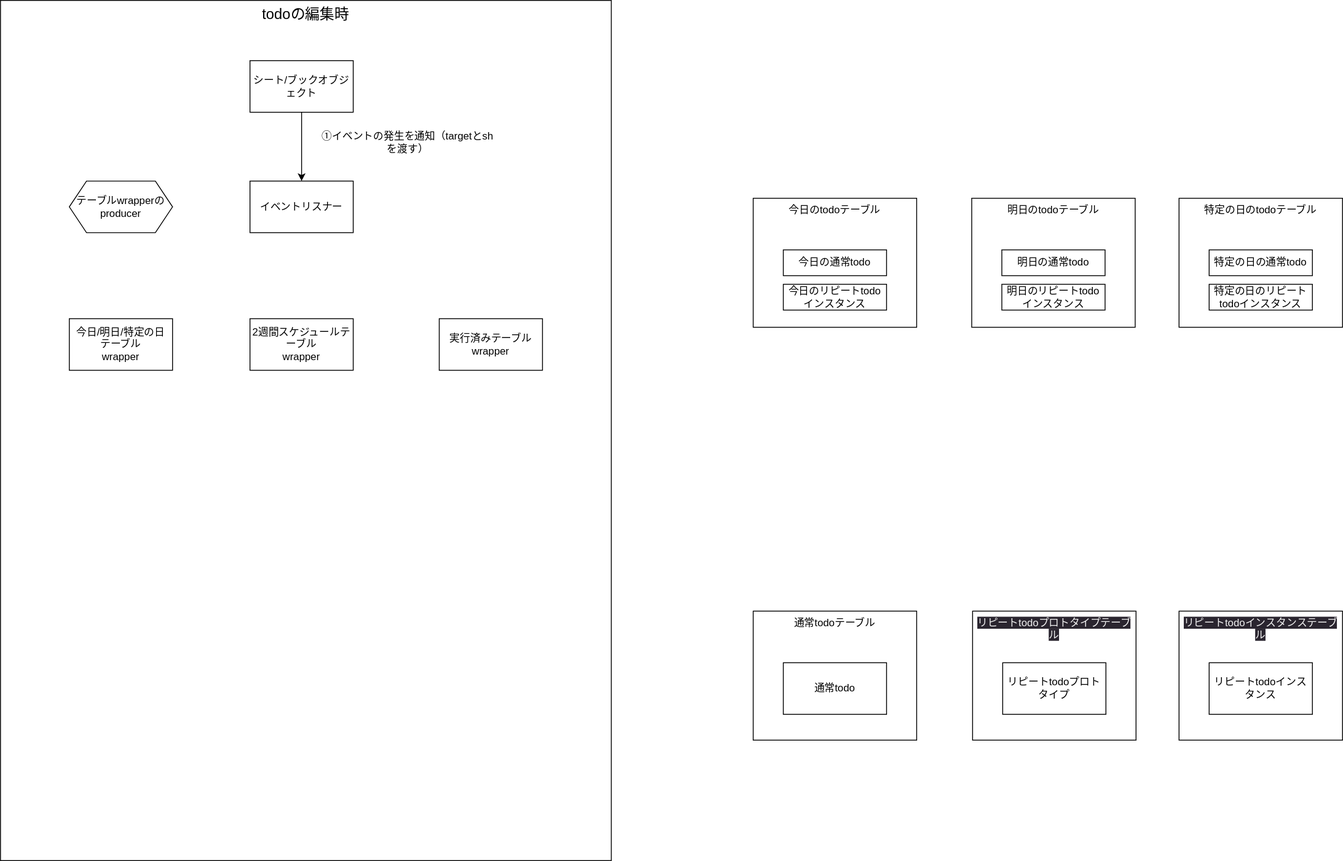
Earlier version of the draw.io export 設計/003_002_ERChart_Physical.drawio.svg (soma-desu/myToDoSystem-VBA). Source tidied: cells renumbered, new cells last; positions are measured from the earlier drawing's top-left corner, leaving out a move shared by most shapes.
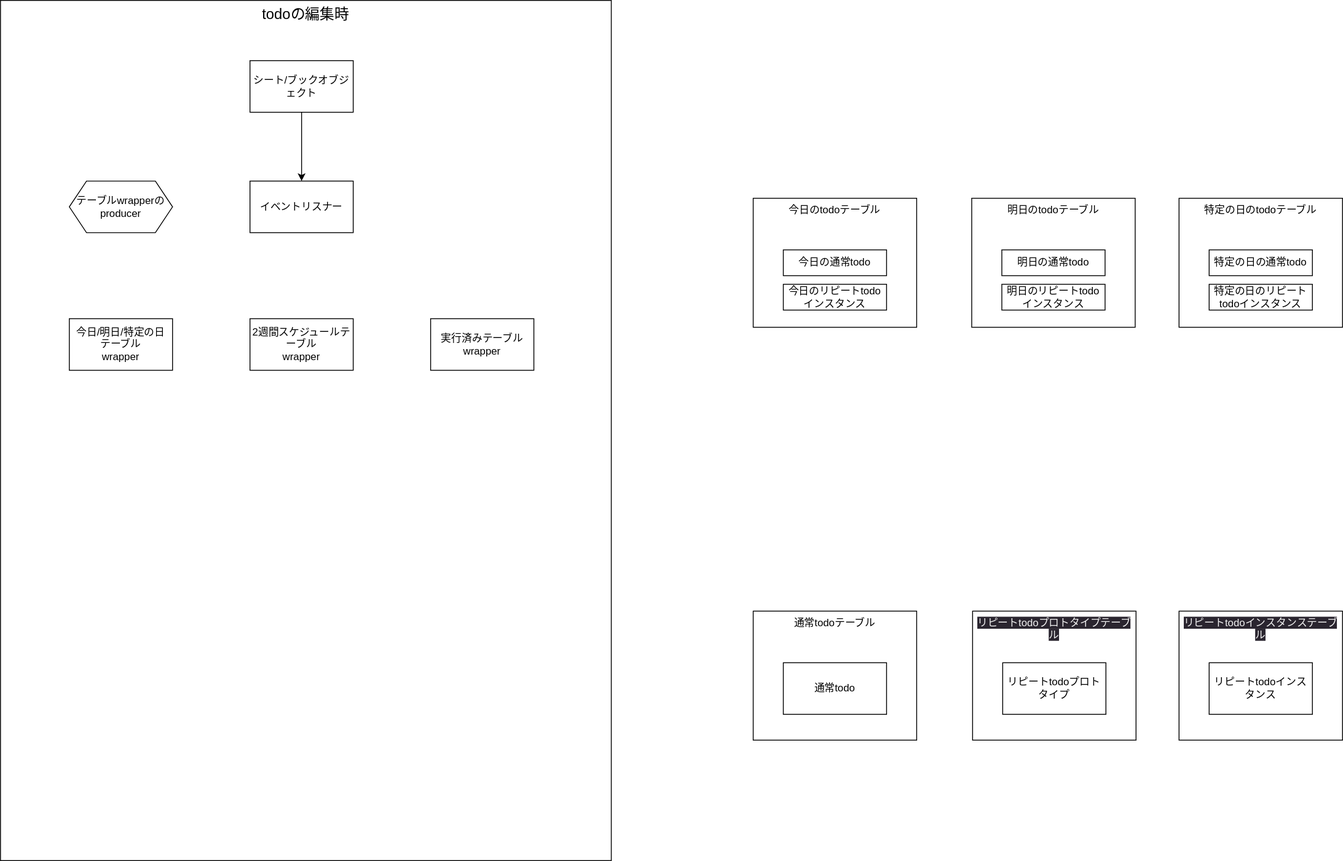
After the change.

What changed in the source:
```diff
@@ -81,11 +81,8 @@
       <mxGeometry x="290" y="370" width="120" height="60" as="geometry" />
     </mxCell>
     <mxCell id="28" value="実行済みテーブル&lt;br&gt;wrapper" style="rounded=1;whiteSpace=wrap;html=1;arcSize=0;" parent="1" vertex="1">
-      <mxGeometry x="510" y="370" width="120" height="60" as="geometry" />
+      <mxGeometry x="500" y="370" width="120" height="60" as="geometry" />
     </mxCell>
-    <mxCell id="29" value="①イベントの発生を通知（targetとshを渡す）" style="text;html=1;strokeColor=none;fillColor=none;align=center;verticalAlign=middle;whiteSpace=wrap;rounded=0;fontSize=12;" parent="1" vertex="1">
-      <mxGeometry x="367" y="150" width="213" height="30" as="geometry" />
-    </mxCell>
     <mxCell id="30" value="イベントリスナー" style="rounded=1;whiteSpace=wrap;html=1;fontSize=12;arcSize=0;" parent="1" vertex="1">
       <mxGeometry x="290" y="210" width="120" height="60" as="geometry" />
     </mxCell>
```
